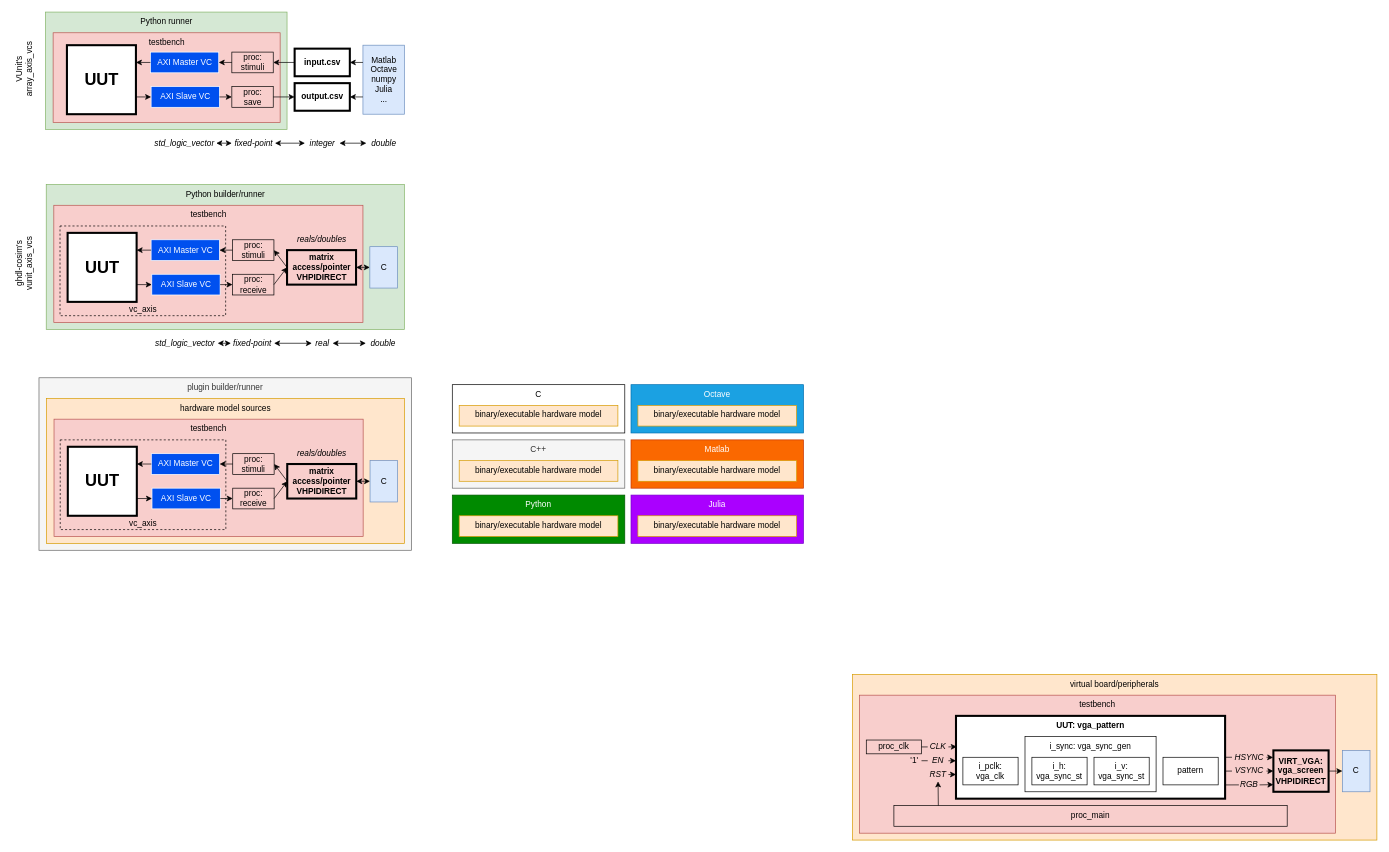
Earlier version of the draw.io diagram doc/vhpidirect/examples/img/matrices.drawio (ghdl/ghdl-cosim). Source tidied: cells renumbered, new cells numbered last; positions are measured from the earlier drawing's top-left corner, leaving out a move shared by most shapes. Both pictures are drawn from the tidied source at 69%, with x=0, y=0 at pixel (-9, 12).
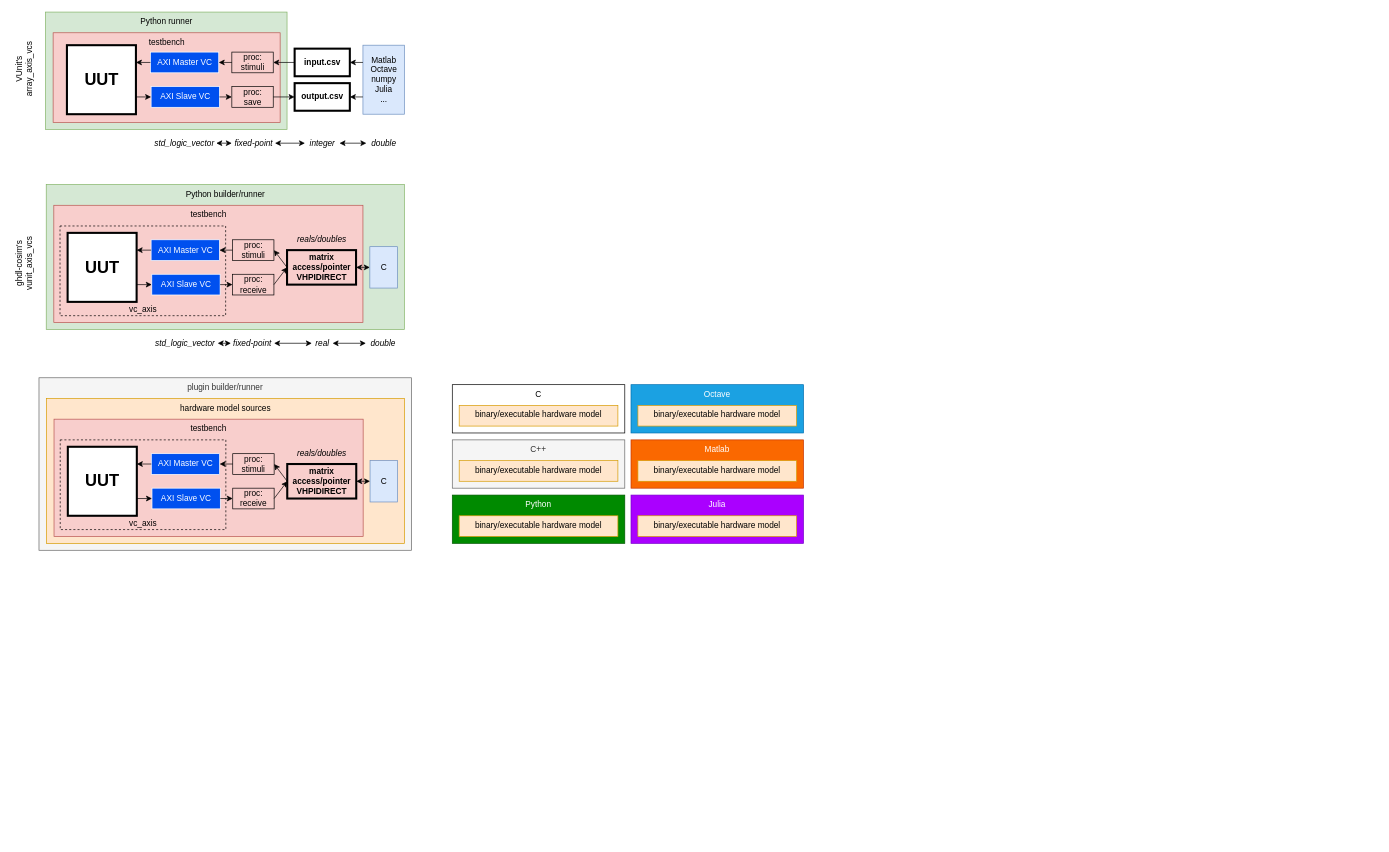
Above is the later version.

What changed in the source:
```diff
@@
-    <mxCell id="2" value="virtual board/peripherals" style="rounded=0;whiteSpace=wrap;html=1;verticalAlign=top;fillColor=#ffe6cc;strokeColor=#d79b00;" parent="1" vertex="1">
-      <mxGeometry x="1248" y="960" width="760" height="240" as="geometry" />
-    </mxCell>
@@
-    <mxCell id="86" value="testbench" style="rounded=0;whiteSpace=wrap;html=1;strokeColor=#b85450;fillColor=#f8cecc;align=center;verticalAlign=top;" parent="1" vertex="1">
-      <mxGeometry x="1258" y="990" width="690" height="200" as="geometry" />
-    </mxCell>
-    <mxCell id="87" value="proc_clk" style="rounded=0;whiteSpace=wrap;html=1;strokeColor=#000000;fillColor=none;align=center;" parent="1" vertex="1">
-      <mxGeometry x="1268" y="1055" width="80" height="20" as="geometry" />
-    </mxCell>
-    <mxCell id="88" value="proc_main" style="rounded=0;whiteSpace=wrap;html=1;strokeColor=#000000;fillColor=none;align=center;" parent="1" vertex="1">
-      <mxGeometry x="1308" y="1150" width="570" height="30" as="geometry" />
-    </mxCell>
-    <mxCell id="89" value="VIRT_VGA: vga_screen&lt;br&gt;VHPIDIRECT" style="rounded=0;whiteSpace=wrap;html=1;strokeColor=#000000;fillColor=none;align=center;strokeWidth=3;fontStyle=1;" parent="1" vertex="1">
-      <mxGeometry x="1858" y="1070" width="80" height="60" as="geometry" />
-    </mxCell>
-    <mxCell id="90" value="UUT: vga_pattern" style="rounded=0;whiteSpace=wrap;html=1;align=center;verticalAlign=top;fontStyle=1;strokeWidth=3;" parent="1" vertex="1">
-      <mxGeometry x="1398" y="1020" width="390" height="120" as="geometry" />
-    </mxCell>
-    <mxCell id="91" value="i_pclk:&lt;br&gt;vga_clk" style="rounded=0;whiteSpace=wrap;html=1;strokeColor=#000000;fillColor=#ffffff;align=center;" parent="1" vertex="1">
-      <mxGeometry x="1408" y="1080" width="80" height="40" as="geometry" />
-    </mxCell>
-    <mxCell id="92" value="i_sync: vga_sync_gen" style="rounded=0;whiteSpace=wrap;html=1;strokeColor=#000000;fillColor=#ffffff;align=center;verticalAlign=top;" parent="1" vertex="1">
-      <mxGeometry x="1498" y="1050" width="190" height="80" as="geometry" />
-    </mxCell>
-    <mxCell id="93" value="pattern" style="rounded=0;whiteSpace=wrap;html=1;strokeColor=#000000;fillColor=none;align=center;" parent="1" vertex="1">
-      <mxGeometry x="1698" y="1080" width="80" height="40" as="geometry" />
-    </mxCell>
-    <mxCell id="94" value="&lt;span style=&quot;white-space: normal&quot;&gt;i_h:&lt;br&gt;vga_sync_st&lt;/span&gt;" style="rounded=0;whiteSpace=wrap;html=1;strokeColor=#000000;fillColor=#ffffff;align=center;" parent="1" vertex="1">
-      <mxGeometry x="1508" y="1080" width="80" height="40" as="geometry" />
-    </mxCell>
-    <mxCell id="95" value="i_v:&lt;br&gt;vga_sync_st" style="rounded=0;whiteSpace=wrap;html=1;strokeColor=#000000;fillColor=#ffffff;align=center;" parent="1" vertex="1">
-      <mxGeometry x="1598" y="1080" width="80" height="40" as="geometry" />
-    </mxCell>
-    <mxCell id="96" value="&lt;i&gt;CLK&lt;/i&gt;" style="rounded=0;whiteSpace=wrap;html=1;strokeColor=none;fillColor=none;align=center;" parent="1" vertex="1">
-      <mxGeometry x="1357" y="1055" width="30" height="20" as="geometry" />
-    </mxCell>
-    <mxCell id="97" style="endArrow=none;html=1;entryX=0;entryY=0.5;entryDx=0;entryDy=0;exitX=1;exitY=0.5;exitDx=0;exitDy=0;endFill=0;" parent="1" edge="1" source="87" target="96">
-      <mxGeometry relative="1" as="geometry" />
-    </mxCell>
-    <mxCell id="98" value="&lt;i&gt;EN&lt;/i&gt;" style="rounded=0;whiteSpace=wrap;html=1;strokeColor=none;fillColor=none;align=center;" parent="1" vertex="1">
-      <mxGeometry x="1357" y="1075" width="30" height="20" as="geometry" />
-    </mxCell>
-    <mxCell id="99" style="endArrow=classic;html=1;exitX=1;exitY=0.5;exitDx=0;exitDy=0;entryX=0;entryY=0.542;entryDx=0;entryDy=0;entryPerimeter=0;" parent="1" edge="1" source="98" target="90">
-      <mxGeometry relative="1" as="geometry" />
-    </mxCell>
-    <mxCell id="100" style="endArrow=classic;html=1;exitX=1;exitY=0.5;exitDx=0;exitDy=0;entryX=0.003;entryY=0.372;entryDx=0;entryDy=0;entryPerimeter=0;" parent="1" edge="1" source="96" target="90">
-      <mxGeometry relative="1" as="geometry" />
-    </mxCell>
-    <mxCell id="101" value="&lt;i&gt;RST&lt;/i&gt;" style="rounded=0;whiteSpace=wrap;html=1;strokeColor=none;fillColor=none;align=center;" parent="1" vertex="1">
-      <mxGeometry x="1357" y="1095" width="30" height="20" as="geometry" />
-    </mxCell>
-    <mxCell id="102" style="endArrow=classic;html=1;exitX=1;exitY=0.5;exitDx=0;exitDy=0;entryX=0;entryY=0.708;entryDx=0;entryDy=0;entryPerimeter=0;" parent="1" edge="1" source="101" target="90">
-      <mxGeometry relative="1" as="geometry" />
-    </mxCell>
-    <mxCell id="103" style="endArrow=classic;html=1;entryX=0.5;entryY=1;entryDx=0;entryDy=0;exitX=0.113;exitY=-0.002;exitDx=0;exitDy=0;exitPerimeter=0;" parent="1" edge="1" source="88" target="101">
-      <mxGeometry relative="1" as="geometry" />
-    </mxCell>
-    <mxCell id="104" value="&lt;i&gt;HSYNC&lt;/i&gt;" style="rounded=0;whiteSpace=wrap;html=1;strokeColor=none;fillColor=none;align=center;" parent="1" vertex="1">
-      <mxGeometry x="1798" y="1070" width="50" height="20" as="geometry" />
-    </mxCell>
-    <mxCell id="105" value="&lt;i&gt;VSYNC&lt;/i&gt;" style="rounded=0;whiteSpace=wrap;html=1;strokeColor=none;fillColor=none;align=center;" parent="1" vertex="1">
-      <mxGeometry x="1798" y="1090" width="50" height="20" as="geometry" />
-    </mxCell>
-    <mxCell id="106" style="endArrow=classic;html=1;exitX=1;exitY=0.5;exitDx=0;exitDy=0;entryX=0;entryY=0.5;entryDx=0;entryDy=0;" parent="1" edge="1" source="105" target="89">
-      <mxGeometry relative="1" as="geometry" />
-    </mxCell>
-    <mxCell id="107" style="endArrow=classic;html=1;exitX=1;exitY=0.5;exitDx=0;exitDy=0;entryX=-0.004;entryY=0.172;entryDx=0;entryDy=0;entryPerimeter=0;" parent="1" edge="1" source="104" target="89">
-      <mxGeometry relative="1" as="geometry" />
-    </mxCell>
-    <mxCell id="108" value="&lt;i&gt;RGB&lt;/i&gt;" style="rounded=0;whiteSpace=wrap;html=1;strokeColor=none;fillColor=none;align=center;" parent="1" vertex="1">
-      <mxGeometry x="1808" y="1110" width="30" height="20" as="geometry" />
-    </mxCell>
-    <mxCell id="109" style="endArrow=classic;html=1;exitX=1;exitY=0.5;exitDx=0;exitDy=0;entryX=0;entryY=0.828;entryDx=0;entryDy=0;entryPerimeter=0;" parent="1" edge="1" source="108" target="89">
-      <mxGeometry relative="1" as="geometry" />
-    </mxCell>
-    <mxCell id="110" value="'1'" style="rounded=0;whiteSpace=wrap;html=1;strokeColor=none;fillColor=none;align=center;" parent="1" vertex="1">
-      <mxGeometry x="1328" y="1075" width="20" height="20" as="geometry" />
-    </mxCell>
-    <mxCell id="111" style="endArrow=none;html=1;entryX=0;entryY=0.5;entryDx=0;entryDy=0;exitX=1;exitY=0.5;exitDx=0;exitDy=0;endFill=0;" parent="1" edge="1" source="110" target="98">
-      <mxGeometry relative="1" as="geometry" />
-    </mxCell>
-    <mxCell id="112" style="endArrow=none;html=1;entryX=0;entryY=0.5;entryDx=0;entryDy=0;endFill=0;exitX=1;exitY=0.5;exitDx=0;exitDy=0;" parent="1" edge="1" source="90" target="104">
-      <mxGeometry relative="1" as="geometry" />
-    </mxCell>
-    <mxCell id="113" style="endArrow=none;html=1;entryX=0;entryY=0.5;entryDx=0;entryDy=0;endFill=0;exitX=0.999;exitY=0.667;exitDx=0;exitDy=0;exitPerimeter=0;" parent="1" edge="1" source="90" target="105">
-      <mxGeometry relative="1" as="geometry" />
-    </mxCell>
-    <mxCell id="114" style="endArrow=none;html=1;entryX=0;entryY=0.5;entryDx=0;entryDy=0;endFill=0;exitX=1;exitY=0.834;exitDx=0;exitDy=0;exitPerimeter=0;" parent="1" edge="1" source="90" target="108">
-      <mxGeometry relative="1" as="geometry" />
-    </mxCell>
-    <mxCell id="115" value="C" style="rounded=0;whiteSpace=wrap;html=1;verticalAlign=middle;fillColor=#dae8fc;strokeColor=#6c8ebf;" parent="1" vertex="1">
-      <mxGeometry x="1958" y="1070" width="40" height="60" as="geometry" />
-    </mxCell>
-    <mxCell id="116" style="endArrow=classic;html=1;entryX=0;entryY=0.5;entryDx=0;entryDy=0;exitX=1;exitY=0.5;exitDx=0;exitDy=0;" parent="1" edge="1" source="89" target="115">
-      <mxGeometry relative="1" as="geometry" />
-    </mxCell>
```
